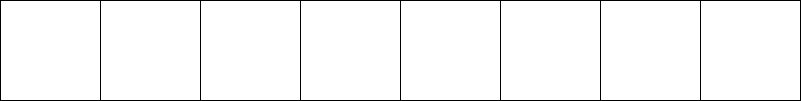
lennart02/Hashing keeps this draw.io diagram as Docs/hashTable.drawio.png. Above is the earlier version. Source tidied: cells renumbered, new cells last; positions are measured from the earlier drawing's top-left corner, leaving out a move shared by most shapes.
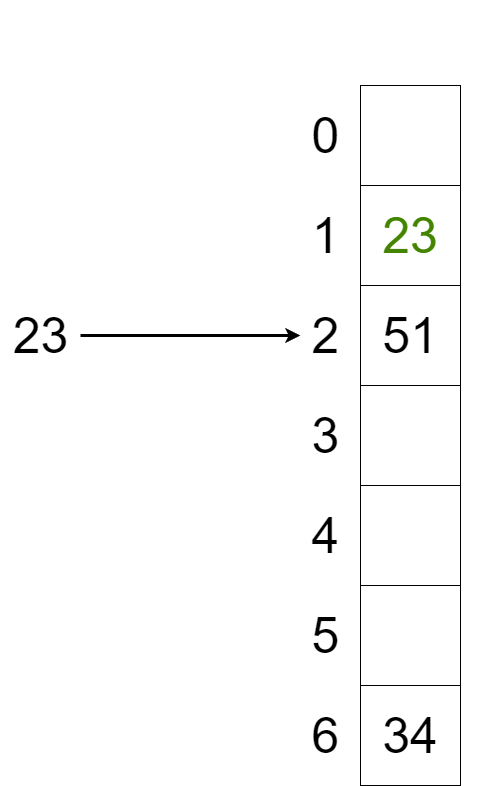
After the change.

Diff of the diagram source:
```diff
@@ -2,29 +2,61 @@
   <root>
     <mxCell id="0" />
     <mxCell id="1" parent="0" />
-    <mxCell id="2" style="rounded=0;whiteSpace=wrap;html=1;" parent="1" vertex="1">
-      <mxGeometry width="100" height="100" as="geometry" />
+    <mxCell id="2" style="rounded=0;whiteSpace=wrap;html=1;fontSize=50;" parent="1" vertex="1">
+      <mxGeometry x="436" y="330" width="100" height="100" as="geometry" />
     </mxCell>
-    <mxCell id="3" style="rounded=0;whiteSpace=wrap;html=1;" parent="1" vertex="1">
-      <mxGeometry x="100" width="100" height="100" as="geometry" />
-    </mxCell>
+    <mxCell id="10" style="edgeStyle=none;html=1;strokeWidth=3;fontSize=50;fontColor=#da5d5d;" parent="1" edge="1" source="4">
+      <mxGeometry relative="1" as="geometry">
+        <mxPoint x="486" y="230" as="targetPoint" />
+      </mxGeometry>
+    </mxCell>
-    <mxCell id="4" style="rounded=0;whiteSpace=wrap;html=1;" parent="1" vertex="1">
-      <mxGeometry x="200" width="100" height="100" as="geometry" />
+    <mxCell id="4" value="&lt;font style=&quot;font-size: 50px;&quot;&gt;51&lt;/font&gt;" style="rounded=0;whiteSpace=wrap;html=1;fontSize=50;" parent="1" vertex="1">
+      <mxGeometry x="436" y="130" width="100" height="100" as="geometry" />
     </mxCell>
-    <mxCell id="5" style="rounded=0;whiteSpace=wrap;html=1;" parent="1" vertex="1">
-      <mxGeometry x="300" width="100" height="100" as="geometry" />
+    <mxCell id="5" style="rounded=0;whiteSpace=wrap;html=1;fontSize=50;" parent="1" vertex="1">
+      <mxGeometry x="436" y="-70" width="100" height="100" as="geometry" />
     </mxCell>
-    <mxCell id="6" style="rounded=0;whiteSpace=wrap;html=1;" parent="1" vertex="1">
-      <mxGeometry x="400" width="100" height="100" as="geometry" />
-    </mxCell>
-    <mxCell id="7" style="rounded=0;whiteSpace=wrap;html=1;" parent="1" vertex="1">
-      <mxGeometry x="500" width="100" height="100" as="geometry" />
+    <mxCell id="7" style="rounded=0;whiteSpace=wrap;html=1;fontSize=50;" parent="1" vertex="1">
+      <mxGeometry x="436" y="430" width="100" height="100" as="geometry" />
     </mxCell>
-    <mxCell id="8" style="rounded=0;whiteSpace=wrap;html=1;" parent="1" vertex="1">
-      <mxGeometry x="600" width="100" height="100" as="geometry" />
+    <mxCell id="8" value="34" style="rounded=0;whiteSpace=wrap;html=1;fontSize=50;" parent="1" vertex="1">
+      <mxGeometry x="436" y="530" width="100" height="100" as="geometry" />
     </mxCell>
-    <mxCell id="9" style="rounded=0;whiteSpace=wrap;html=1;" parent="1" vertex="1">
-      <mxGeometry x="700" width="100" height="100" as="geometry" />
-    </mxCell>
+    <mxCell id="11" value="0" style="text;html=1;align=center;verticalAlign=middle;strokeColor=none;fillColor=none;fontSize=50;" parent="1" vertex="1">
+      <mxGeometry x="376" y="-55" width="50" height="70" as="geometry" />
+    </mxCell>
+    <mxCell id="12" value="1" style="text;html=1;align=center;verticalAlign=middle;strokeColor=none;fillColor=none;fontSize=50;" parent="1" vertex="1">
+      <mxGeometry x="376" y="45" width="50" height="70" as="geometry" />
+    </mxCell>
+    <mxCell id="13" value="2" style="text;html=1;align=center;verticalAlign=middle;points=[];strokeColor=none;fillColor=none;fontSize=50;" parent="1" vertex="1">
+      <mxGeometry x="376" y="145" width="50" height="70" as="geometry" />
+    </mxCell>
+    <mxCell id="14" value="3" style="text;html=1;align=center;verticalAlign=middle;strokeColor=none;fillColor=none;fontSize=50;" parent="1" vertex="1">
+      <mxGeometry x="376" y="245" width="50" height="70" as="geometry" />
+    </mxCell>
+    <mxCell id="15" value="4" style="text;html=1;align=center;verticalAlign=middle;strokeColor=none;fillColor=none;fontSize=50;" parent="1" vertex="1">
+      <mxGeometry x="376" y="345" width="50" height="70" as="geometry" />
+    </mxCell>
+    <mxCell id="16" value="5" style="text;html=1;align=center;verticalAlign=middle;strokeColor=none;fillColor=none;fontSize=50;" parent="1" vertex="1">
+      <mxGeometry x="376" y="445" width="50" height="70" as="geometry" />
+    </mxCell>
+    <mxCell id="17" value="6" style="text;html=1;align=center;verticalAlign=middle;strokeColor=none;fillColor=none;fontSize=50;" parent="1" vertex="1">
+      <mxGeometry x="376" y="545" width="50" height="70" as="geometry" />
+    </mxCell>
+    <mxCell id="18" style="edgeStyle=none;html=1;fontSize=50;strokeWidth=3;" parent="1" edge="1" source="19" target="13">
+      <mxGeometry relative="1" as="geometry" />
+    </mxCell>
+    <mxCell id="19" value="23" style="text;html=1;align=center;verticalAlign=middle;points=[];strokeColor=none;fillColor=none;fontSize=50;" parent="1" vertex="1">
+      <mxGeometry x="76" y="145" width="80" height="70" as="geometry" />
+    </mxCell>
+    <mxCell id="20" value="Buckets" style="text;html=1;align=center;verticalAlign=middle;strokeColor=none;fillColor=none;fontSize=40;fontColor=#FFFFFF;" parent="1" vertex="1">
+      <mxGeometry x="401" y="-155" width="170" height="60" as="geometry" />
+    </mxCell>
+    <mxCell id="21" value="23" style="rounded=0;whiteSpace=wrap;html=1;fontSize=50;fontColor=#438500;" parent="1" vertex="1">
+      <mxGeometry x="436" y="30" width="100" height="100" as="geometry" />
+    </mxCell>
+    <mxCell id="22" style="rounded=0;whiteSpace=wrap;html=1;fontSize=50;" parent="1" vertex="1">
+      <mxGeometry x="436" y="230" width="100" height="100" as="geometry" />
+    </mxCell>
   </root>
 </mxGraphModel>
```
